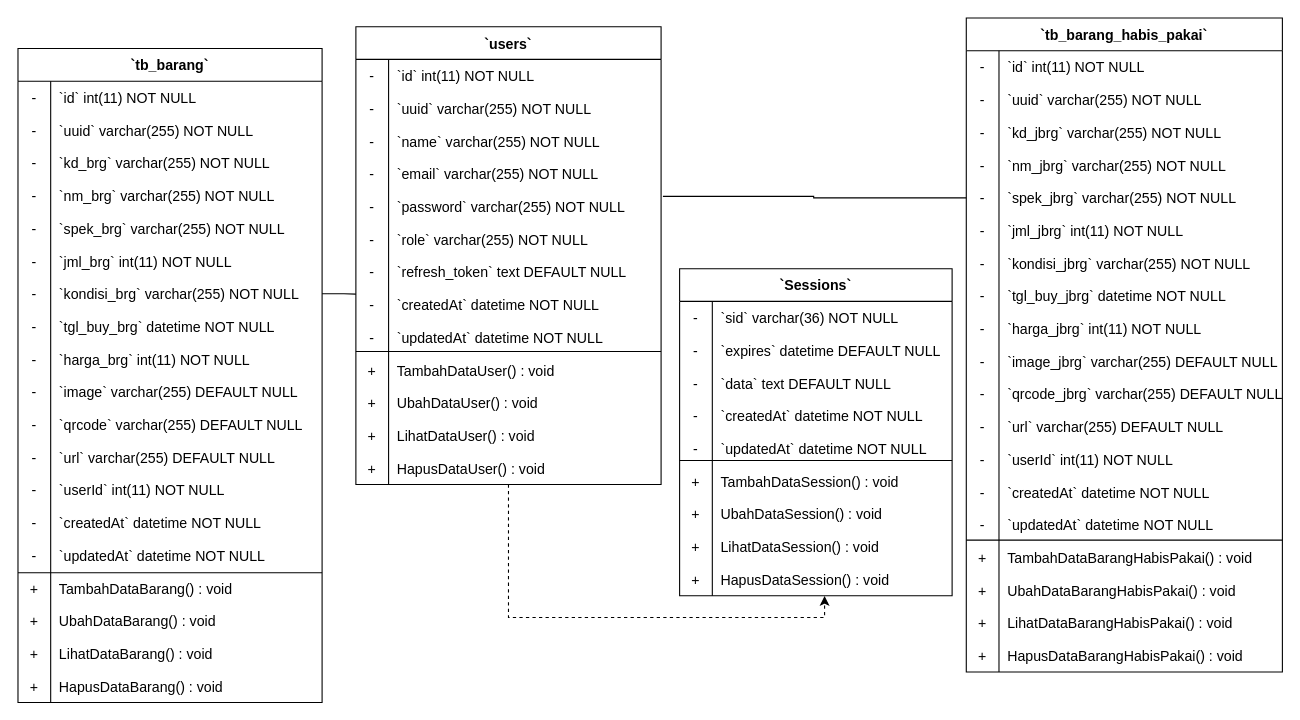
Earlier version of the draw.io diagram Class Diagram.drawio (wahyupambudi/skripsi-skom). Source tidied: cells renumbered, new cells numbered last; positions are measured from the earlier drawing's top-left corner, leaving out a move shared by most shapes. Both pictures are drawn from the tidied source at 109%, with x=0, y=0 at pixel (17, 17).
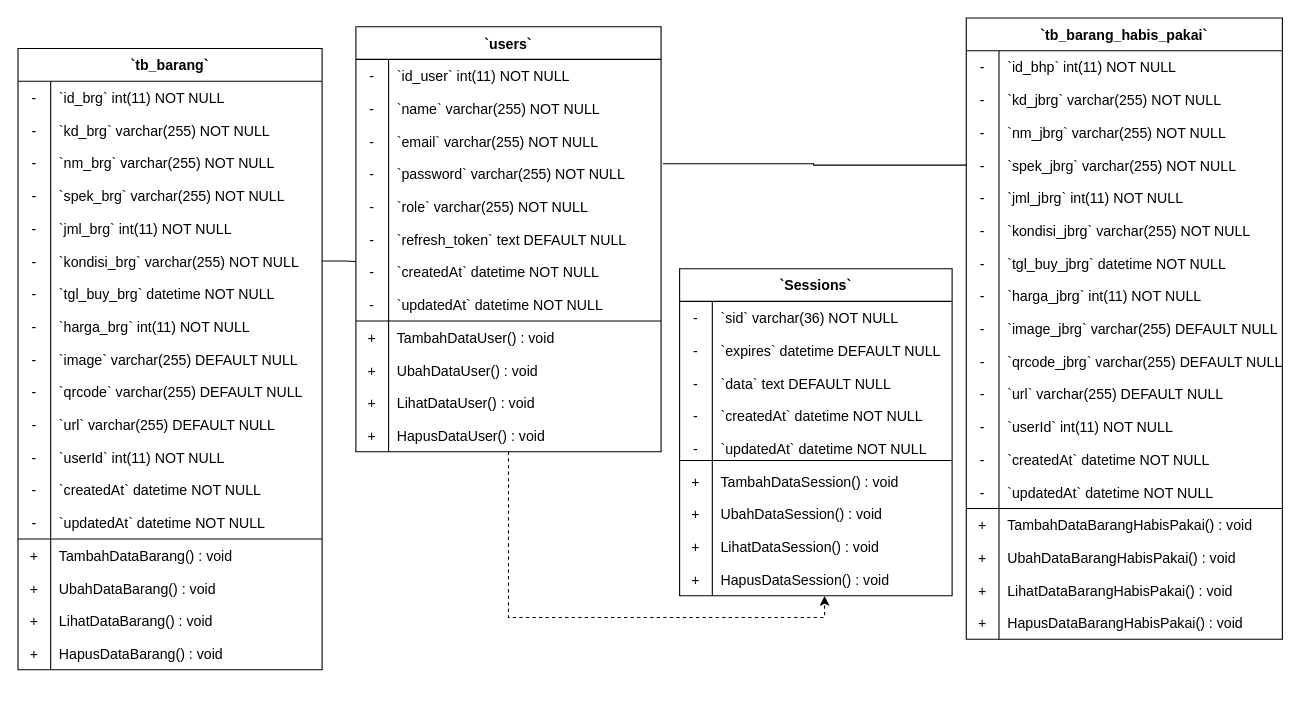
After the change.

The change refers to these unchanged cells:
```xml
<mxCell id="3" style="shape=tableRow;horizontal=0;startSize=0;swimlaneHead=0;swimlaneBody=0;fillColor=none;strokeColor=inherit;top=0;left=0;right=0;bottom=0;fontSize=13;" parent="2" vertex="1">
  <mxGeometry y="30" width="279" height="30" as="geometry" />
</mxCell>
<mxCell id="62" style="shape=tableRow;horizontal=0;startSize=0;swimlaneHead=0;swimlaneBody=0;fillColor=none;strokeColor=inherit;top=0;left=0;right=0;bottom=0;fontSize=13;" parent="61" vertex="1">
  <mxGeometry y="30" width="280" height="30" as="geometry" />
</mxCell>
<mxCell id="102" style="shape=tableRow;horizontal=0;startSize=0;swimlaneHead=0;swimlaneBody=0;fillColor=none;strokeColor=inherit;top=0;left=0;right=0;bottom=0;fontSize=13;" parent="101" vertex="1">
  <mxGeometry y="30" width="290" height="30" as="geometry" />
</mxCell>
```

The edit, as a diff of the source:
```diff
@@
     <mxCell id="2" value="`tb_barang`" style="shape=table;startSize=30;childLayout=tableLayout;rowLines=0;fontStyle=1;align=center;fontSize=13;" parent="1" vertex="1">
-      <mxGeometry y="28" width="279" height="600" as="geometry" />
+      <mxGeometry y="28" width="279" height="570" as="geometry" />
     </mxCell>
@@
-    <mxCell id="5" value="`id` int(11) NOT NULL" style="shape=partialRectangle;overflow=hidden;fillColor=none;align=left;strokeColor=inherit;top=0;left=0;bottom=0;right=0;spacingLeft=6;fontSize=13;" parent="3" vertex="1">
+    <mxCell id="5" value="`id_brg` int(11) NOT NULL" style="shape=partialRectangle;overflow=hidden;fillColor=none;align=left;strokeColor=inherit;top=0;left=0;bottom=0;right=0;spacingLeft=6;fontSize=13;" parent="3" vertex="1">
       <mxGeometry x="30" width="249" height="30" as="geometry" />
     </mxCell>
-    <mxCell id="6" style="shape=tableRow;horizontal=0;startSize=0;swimlaneHead=0;swimlaneBody=0;fillColor=none;strokeColor=inherit;top=0;left=0;right=0;bottom=0;fontSize=13;" parent="2" vertex="1">
-      <mxGeometry y="60" width="279" height="30" as="geometry" />
-    </mxCell>
-    <mxCell id="7" value="-" style="shape=partialRectangle;overflow=hidden;fillColor=none;strokeColor=inherit;top=0;left=0;bottom=0;right=0;fontSize=13;" parent="6" vertex="1">
-      <mxGeometry width="30" height="30" as="geometry" />
-    </mxCell>
-    <mxCell id="8" value="`uuid` varchar(255) NOT NULL" style="shape=partialRectangle;overflow=hidden;fillColor=none;align=left;strokeColor=inherit;top=0;left=0;bottom=0;right=0;spacingLeft=6;fontSize=13;" parent="6" vertex="1">
-      <mxGeometry x="30" width="249" height="30" as="geometry" />
-    </mxCell>
     <mxCell id="9" style="shape=tableRow;horizontal=0;startSize=0;swimlaneHead=0;swimlaneBody=0;fillColor=none;strokeColor=inherit;top=0;left=0;right=0;bottom=0;fontSize=13;" parent="2" vertex="1">
-      <mxGeometry y="90" width="279" height="30" as="geometry" />
+      <mxGeometry y="60" width="279" height="30" as="geometry" />
     </mxCell>
@@
     <mxCell id="12" style="shape=tableRow;horizontal=0;startSize=0;swimlaneHead=0;swimlaneBody=0;fillColor=none;strokeColor=inherit;top=0;left=0;right=0;bottom=0;fontSize=13;" parent="2" vertex="1">
-      <mxGeometry y="120" width="279" height="30" as="geometry" />
+      <mxGeometry y="90" width="279" height="30" as="geometry" />
     </mxCell>
@@
     <mxCell id="15" style="shape=tableRow;horizontal=0;startSize=0;swimlaneHead=0;swimlaneBody=0;fillColor=none;strokeColor=inherit;top=0;left=0;right=0;bottom=0;fontSize=13;" parent="2" vertex="1">
-      <mxGeometry y="150" width="279" height="30" as="geometry" />
+      <mxGeometry y="120" width="279" height="30" as="geometry" />
     </mxCell>
@@
     <mxCell id="18" style="shape=tableRow;horizontal=0;startSize=0;swimlaneHead=0;swimlaneBody=0;fillColor=none;strokeColor=inherit;top=0;left=0;right=0;bottom=0;fontSize=13;" parent="2" vertex="1">
-      <mxGeometry y="180" width="279" height="30" as="geometry" />
+      <mxGeometry y="150" width="279" height="30" as="geometry" />
     </mxCell>
@@
     <mxCell id="21" style="shape=tableRow;horizontal=0;startSize=0;swimlaneHead=0;swimlaneBody=0;fillColor=none;points=[[0,0.5],[1,0.5]];portConstraint=eastwest;strokeColor=inherit;top=0;left=0;right=0;bottom=0;fontSize=13;" parent="2" vertex="1">
-      <mxGeometry y="210" width="279" height="30" as="geometry" />
+      <mxGeometry y="180" width="279" height="30" as="geometry" />
     </mxCell>
@@
     <mxCell id="24" style="shape=tableRow;horizontal=0;startSize=0;swimlaneHead=0;swimlaneBody=0;fillColor=none;strokeColor=inherit;top=0;left=0;right=0;bottom=0;fontSize=13;" parent="2" vertex="1">
-      <mxGeometry y="240" width="279" height="30" as="geometry" />
+      <mxGeometry y="210" width="279" height="30" as="geometry" />
     </mxCell>
@@
     <mxCell id="27" style="shape=tableRow;horizontal=0;startSize=0;swimlaneHead=0;swimlaneBody=0;fillColor=none;strokeColor=inherit;top=0;left=0;right=0;bottom=0;fontSize=13;" parent="2" vertex="1">
-      <mxGeometry y="270" width="279" height="30" as="geometry" />
+      <mxGeometry y="240" width="279" height="30" as="geometry" />
     </mxCell>
@@
     <mxCell id="30" style="shape=tableRow;horizontal=0;startSize=0;swimlaneHead=0;swimlaneBody=0;fillColor=none;strokeColor=inherit;top=0;left=0;right=0;bottom=0;fontSize=13;" parent="2" vertex="1">
-      <mxGeometry y="300" width="279" height="30" as="geometry" />
+      <mxGeometry y="270" width="279" height="30" as="geometry" />
     </mxCell>
@@
     <mxCell id="33" style="shape=tableRow;horizontal=0;startSize=0;swimlaneHead=0;swimlaneBody=0;fillColor=none;strokeColor=inherit;top=0;left=0;right=0;bottom=0;fontSize=13;" parent="2" vertex="1">
-      <mxGeometry y="330" width="279" height="30" as="geometry" />
+      <mxGeometry y="300" width="279" height="30" as="geometry" />
     </mxCell>
@@
     <mxCell id="36" style="shape=tableRow;horizontal=0;startSize=0;swimlaneHead=0;swimlaneBody=0;fillColor=none;strokeColor=inherit;top=0;left=0;right=0;bottom=0;fontSize=13;" parent="2" vertex="1">
-      <mxGeometry y="360" width="279" height="30" as="geometry" />
+      <mxGeometry y="330" width="279" height="30" as="geometry" />
     </mxCell>
@@
     <mxCell id="39" style="shape=tableRow;horizontal=0;startSize=0;swimlaneHead=0;swimlaneBody=0;fillColor=none;strokeColor=inherit;top=0;left=0;right=0;bottom=0;fontSize=13;" parent="2" vertex="1">
-      <mxGeometry y="390" width="279" height="30" as="geometry" />
+      <mxGeometry y="360" width="279" height="30" as="geometry" />
     </mxCell>
@@
     <mxCell id="42" style="shape=tableRow;horizontal=0;startSize=0;swimlaneHead=0;swimlaneBody=0;fillColor=none;strokeColor=inherit;top=0;left=0;right=0;bottom=0;fontSize=13;" parent="2" vertex="1">
-      <mxGeometry y="420" width="279" height="30" as="geometry" />
+      <mxGeometry y="390" width="279" height="30" as="geometry" />
     </mxCell>
@@
     <mxCell id="45" style="shape=tableRow;horizontal=0;startSize=0;swimlaneHead=0;swimlaneBody=0;fillColor=none;strokeColor=inherit;top=0;left=0;right=0;bottom=0;fontSize=13;" parent="2" vertex="1">
-      <mxGeometry y="450" width="279" height="30" as="geometry" />
+      <mxGeometry y="420" width="279" height="30" as="geometry" />
     </mxCell>
@@
     <mxCell id="48" style="shape=tableRow;horizontal=0;startSize=0;swimlaneHead=0;swimlaneBody=0;fillColor=none;strokeColor=inherit;top=0;left=0;right=0;bottom=0;fontSize=13;" parent="2" vertex="1">
-      <mxGeometry y="480" width="279" height="30" as="geometry" />
+      <mxGeometry y="450" width="279" height="30" as="geometry" />
     </mxCell>
@@
     <mxCell id="51" style="shape=tableRow;horizontal=0;startSize=0;swimlaneHead=0;swimlaneBody=0;fillColor=none;strokeColor=inherit;top=0;left=0;right=0;bottom=0;fontSize=13;" parent="2" vertex="1">
-      <mxGeometry y="510" width="279" height="30" as="geometry" />
+      <mxGeometry y="480" width="279" height="30" as="geometry" />
     </mxCell>
@@
     <mxCell id="54" style="shape=tableRow;horizontal=0;startSize=0;swimlaneHead=0;swimlaneBody=0;fillColor=none;strokeColor=inherit;top=0;left=0;right=0;bottom=0;fontSize=13;" parent="2" vertex="1">
-      <mxGeometry y="540" width="279" height="30" as="geometry" />
+      <mxGeometry y="510" width="279" height="30" as="geometry" />
     </mxCell>
@@
     <mxCell id="57" style="shape=tableRow;horizontal=0;startSize=0;swimlaneHead=0;swimlaneBody=0;fillColor=none;strokeColor=inherit;top=0;left=0;right=0;bottom=0;fontSize=13;" parent="2" vertex="1">
-      <mxGeometry y="570" width="279" height="30" as="geometry" />
+      <mxGeometry y="540" width="279" height="30" as="geometry" />
     </mxCell>
@@
     <mxCell id="61" value="`users`" style="shape=table;startSize=30;childLayout=tableLayout;rowLines=0;fontStyle=1;align=center;fontSize=13;" parent="1" vertex="1">
-      <mxGeometry x="310" y="8" width="280" height="420" as="geometry" />
+      <mxGeometry x="310" y="8" width="280" height="390" as="geometry" />
     </mxCell>
@@
-    <mxCell id="64" value="`id` int(11) NOT NULL" style="shape=partialRectangle;overflow=hidden;fillColor=none;align=left;strokeColor=inherit;top=0;left=0;bottom=0;right=0;spacingLeft=6;fontSize=13;" parent="62" vertex="1">
+    <mxCell id="64" value="`id_user` int(11) NOT NULL" style="shape=partialRectangle;overflow=hidden;fillColor=none;align=left;strokeColor=inherit;top=0;left=0;bottom=0;right=0;spacingLeft=6;fontSize=13;" parent="62" vertex="1">
       <mxGeometry x="30" width="250" height="30" as="geometry" />
     </mxCell>
-    <mxCell id="65" style="shape=tableRow;horizontal=0;startSize=0;swimlaneHead=0;swimlaneBody=0;fillColor=none;strokeColor=inherit;top=0;left=0;right=0;bottom=0;fontSize=13;" parent="61" vertex="1">
-      <mxGeometry y="60" width="280" height="30" as="geometry" />
-    </mxCell>
-    <mxCell id="66" value="-" style="shape=partialRectangle;overflow=hidden;fillColor=none;strokeColor=inherit;top=0;left=0;bottom=0;right=0;fontSize=13;" parent="65" vertex="1">
-      <mxGeometry width="30" height="30" as="geometry" />
-    </mxCell>
-    <mxCell id="67" value="`uuid` varchar(255) NOT NULL" style="shape=partialRectangle;overflow=hidden;fillColor=none;align=left;strokeColor=inherit;top=0;left=0;bottom=0;right=0;spacingLeft=6;fontSize=13;" parent="65" vertex="1">
-      <mxGeometry x="30" width="250" height="30" as="geometry" />
-    </mxCell>
     <mxCell id="68" style="shape=tableRow;horizontal=0;startSize=0;swimlaneHead=0;swimlaneBody=0;fillColor=none;strokeColor=inherit;top=0;left=0;right=0;bottom=0;fontSize=13;" parent="61" vertex="1">
-      <mxGeometry y="90" width="280" height="30" as="geometry" />
+      <mxGeometry y="60" width="280" height="30" as="geometry" />
     </mxCell>
@@
     <mxCell id="71" style="shape=tableRow;horizontal=0;startSize=0;swimlaneHead=0;swimlaneBody=0;fillColor=none;strokeColor=inherit;top=0;left=0;right=0;bottom=0;fontSize=13;" parent="61" vertex="1">
-      <mxGeometry y="120" width="280" height="30" as="geometry" />
+      <mxGeometry y="90" width="280" height="30" as="geometry" />
     </mxCell>
@@
     <mxCell id="74" style="shape=tableRow;horizontal=0;startSize=0;swimlaneHead=0;swimlaneBody=0;fillColor=none;points=[[0,0.5],[1,0.5]];portConstraint=eastwest;strokeColor=inherit;top=0;left=0;right=0;bottom=0;fontSize=13;" parent="61" vertex="1">
-      <mxGeometry y="150" width="280" height="30" as="geometry" />
+      <mxGeometry y="120" width="280" height="30" as="geometry" />
     </mxCell>
@@
     <mxCell id="77" style="shape=tableRow;horizontal=0;startSize=0;swimlaneHead=0;swimlaneBody=0;fillColor=none;strokeColor=inherit;top=0;left=0;right=0;bottom=0;fontSize=13;" parent="61" vertex="1">
-      <mxGeometry y="180" width="280" height="30" as="geometry" />
+      <mxGeometry y="150" width="280" height="30" as="geometry" />
     </mxCell>
@@
     <mxCell id="80" style="shape=tableRow;horizontal=0;startSize=0;swimlaneHead=0;swimlaneBody=0;fillColor=none;strokeColor=inherit;top=0;left=0;right=0;bottom=0;fontSize=13;" parent="61" vertex="1">
-      <mxGeometry y="210" width="280" height="30" as="geometry" />
+      <mxGeometry y="180" width="280" height="30" as="geometry" />
     </mxCell>
@@
     <mxCell id="83" style="shape=tableRow;horizontal=0;startSize=0;swimlaneHead=0;swimlaneBody=0;fillColor=none;points=[[0,0.5],[1,0.5]];portConstraint=eastwest;strokeColor=inherit;top=0;left=0;right=0;bottom=0;fontSize=13;" parent="61" vertex="1">
-      <mxGeometry y="240" width="280" height="30" as="geometry" />
+      <mxGeometry y="210" width="280" height="30" as="geometry" />
     </mxCell>
@@
     <mxCell id="86" style="shape=tableRow;horizontal=0;startSize=0;swimlaneHead=0;swimlaneBody=0;fillColor=none;strokeColor=inherit;top=0;left=0;right=0;bottom=0;fontSize=13;" parent="61" vertex="1">
-      <mxGeometry y="270" width="280" height="30" as="geometry" />
+      <mxGeometry y="240" width="280" height="30" as="geometry" />
     </mxCell>
@@
     <mxCell id="89" style="shape=tableRow;horizontal=0;startSize=0;swimlaneHead=0;swimlaneBody=0;fillColor=none;strokeColor=inherit;top=0;left=0;right=0;bottom=0;fontSize=13;" parent="61" vertex="1">
-      <mxGeometry y="300" width="280" height="30" as="geometry" />
+      <mxGeometry y="270" width="280" height="30" as="geometry" />
     </mxCell>
@@
     <mxCell id="92" style="shape=tableRow;horizontal=0;startSize=0;swimlaneHead=0;swimlaneBody=0;fillColor=none;strokeColor=inherit;top=0;left=0;right=0;bottom=0;fontSize=13;" parent="61" vertex="1">
-      <mxGeometry y="330" width="280" height="30" as="geometry" />
+      <mxGeometry y="300" width="280" height="30" as="geometry" />
     </mxCell>
@@
     <mxCell id="95" style="shape=tableRow;horizontal=0;startSize=0;swimlaneHead=0;swimlaneBody=0;fillColor=none;strokeColor=inherit;top=0;left=0;right=0;bottom=0;fontSize=13;" parent="61" vertex="1">
-      <mxGeometry y="360" width="280" height="30" as="geometry" />
+      <mxGeometry y="330" width="280" height="30" as="geometry" />
     </mxCell>
@@
     <mxCell id="98" style="shape=tableRow;horizontal=0;startSize=0;swimlaneHead=0;swimlaneBody=0;fillColor=none;strokeColor=inherit;top=0;left=0;right=0;bottom=0;fontSize=13;" parent="61" vertex="1">
-      <mxGeometry y="390" width="280" height="30" as="geometry" />
+      <mxGeometry y="360" width="280" height="30" as="geometry" />
     </mxCell>
@@
     <mxCell id="101" value="`tb_barang_habis_pakai`" style="shape=table;startSize=30;childLayout=tableLayout;rowLines=0;fontStyle=1;align=center;fontSize=13;" parent="1" vertex="1">
-      <mxGeometry x="870" width="290" height="600" as="geometry" />
+      <mxGeometry x="870" width="290" height="570" as="geometry" />
     </mxCell>
@@
-    <mxCell id="104" value="`id` int(11) NOT NULL" style="shape=partialRectangle;overflow=hidden;fillColor=none;align=left;strokeColor=inherit;top=0;left=0;bottom=0;right=0;spacingLeft=6;fontSize=13;" parent="102" vertex="1">
+    <mxCell id="104" value="`id_bhp` int(11) NOT NULL" style="shape=partialRectangle;overflow=hidden;fillColor=none;align=left;strokeColor=inherit;top=0;left=0;bottom=0;right=0;spacingLeft=6;fontSize=13;" parent="102" vertex="1">
       <mxGeometry x="30" width="260" height="30" as="geometry" />
     </mxCell>
-    <mxCell id="105" style="shape=tableRow;horizontal=0;startSize=0;swimlaneHead=0;swimlaneBody=0;fillColor=none;strokeColor=inherit;top=0;left=0;right=0;bottom=0;fontSize=13;" parent="101" vertex="1">
-      <mxGeometry y="60" width="290" height="30" as="geometry" />
-    </mxCell>
-    <mxCell id="106" value="-" style="shape=partialRectangle;overflow=hidden;fillColor=none;strokeColor=inherit;top=0;left=0;bottom=0;right=0;fontSize=13;" parent="105" vertex="1">
-      <mxGeometry width="30" height="30" as="geometry" />
-    </mxCell>
-    <mxCell id="107" value="`uuid` varchar(255) NOT NULL" style="shape=partialRectangle;overflow=hidden;fillColor=none;align=left;strokeColor=inherit;top=0;left=0;bottom=0;right=0;spacingLeft=6;fontSize=13;" parent="105" vertex="1">
-      <mxGeometry x="30" width="260" height="30" as="geometry" />
-    </mxCell>
     <mxCell id="108" style="shape=tableRow;horizontal=0;startSize=0;swimlaneHead=0;swimlaneBody=0;fillColor=none;strokeColor=inherit;top=0;left=0;right=0;bottom=0;fontSize=13;" parent="101" vertex="1">
-      <mxGeometry y="90" width="290" height="30" as="geometry" />
+      <mxGeometry y="60" width="290" height="30" as="geometry" />
     </mxCell>
@@
     <mxCell id="111" style="shape=tableRow;horizontal=0;startSize=0;swimlaneHead=0;swimlaneBody=0;fillColor=none;strokeColor=inherit;top=0;left=0;right=0;bottom=0;fontSize=13;" parent="101" vertex="1">
-      <mxGeometry y="120" width="290" height="30" as="geometry" />
+      <mxGeometry y="90" width="290" height="30" as="geometry" />
     </mxCell>
@@
     <mxCell id="114" style="shape=tableRow;horizontal=0;startSize=0;swimlaneHead=0;swimlaneBody=0;fillColor=none;points=[[0,0.5],[1,0.5]];portConstraint=eastwest;strokeColor=inherit;top=0;left=0;right=0;bottom=0;fontSize=13;" parent="101" vertex="1">
-      <mxGeometry y="150" width="290" height="30" as="geometry" />
+      <mxGeometry y="120" width="290" height="30" as="geometry" />
     </mxCell>
@@
     <mxCell id="117" style="shape=tableRow;horizontal=0;startSize=0;swimlaneHead=0;swimlaneBody=0;fillColor=none;strokeColor=inherit;top=0;left=0;right=0;bottom=0;fontSize=13;" parent="101" vertex="1">
-      <mxGeometry y="180" width="290" height="30" as="geometry" />
+      <mxGeometry y="150" width="290" height="30" as="geometry" />
     </mxCell>
@@
     <mxCell id="120" style="shape=tableRow;horizontal=0;startSize=0;swimlaneHead=0;swimlaneBody=0;fillColor=none;strokeColor=inherit;top=0;left=0;right=0;bottom=0;fontSize=13;" parent="101" vertex="1">
-      <mxGeometry y="210" width="290" height="30" as="geometry" />
+      <mxGeometry y="180" width="290" height="30" as="geometry" />
     </mxCell>
@@
     <mxCell id="123" style="shape=tableRow;horizontal=0;startSize=0;swimlaneHead=0;swimlaneBody=0;fillColor=none;strokeColor=inherit;top=0;left=0;right=0;bottom=0;fontSize=13;" parent="101" vertex="1">
-      <mxGeometry y="240" width="290" height="30" as="geometry" />
+      <mxGeometry y="210" width="290" height="30" as="geometry" />
     </mxCell>
@@
     <mxCell id="126" style="shape=tableRow;horizontal=0;startSize=0;swimlaneHead=0;swimlaneBody=0;fillColor=none;strokeColor=inherit;top=0;left=0;right=0;bottom=0;fontSize=13;" parent="101" vertex="1">
-      <mxGeometry y="270" width="290" height="30" as="geometry" />
+      <mxGeometry y="240" width="290" height="30" as="geometry" />
     </mxCell>
@@
     <mxCell id="129" style="shape=tableRow;horizontal=0;startSize=0;swimlaneHead=0;swimlaneBody=0;fillColor=none;strokeColor=inherit;top=0;left=0;right=0;bottom=0;fontSize=13;" parent="101" vertex="1">
-      <mxGeometry y="300" width="290" height="30" as="geometry" />
+      <mxGeometry y="270" width="290" height="30" as="geometry" />
     </mxCell>
@@
     <mxCell id="132" style="shape=tableRow;horizontal=0;startSize=0;swimlaneHead=0;swimlaneBody=0;fillColor=none;strokeColor=inherit;top=0;left=0;right=0;bottom=0;fontSize=13;" parent="101" vertex="1">
-      <mxGeometry y="330" width="290" height="30" as="geometry" />
+      <mxGeometry y="300" width="290" height="30" as="geometry" />
     </mxCell>
@@
     <mxCell id="135" style="shape=tableRow;horizontal=0;startSize=0;swimlaneHead=0;swimlaneBody=0;fillColor=none;strokeColor=inherit;top=0;left=0;right=0;bottom=0;fontSize=13;" parent="101" vertex="1">
-      <mxGeometry y="360" width="290" height="30" as="geometry" />
+      <mxGeometry y="330" width="290" height="30" as="geometry" />
     </mxCell>
@@
     <mxCell id="138" style="shape=tableRow;horizontal=0;startSize=0;swimlaneHead=0;swimlaneBody=0;fillColor=none;strokeColor=inherit;top=0;left=0;right=0;bottom=0;fontSize=13;" parent="101" vertex="1">
-      <mxGeometry y="390" width="290" height="30" as="geometry" />
+      <mxGeometry y="360" width="290" height="30" as="geometry" />
     </mxCell>
@@
     <mxCell id="141" style="shape=tableRow;horizontal=0;startSize=0;swimlaneHead=0;swimlaneBody=0;fillColor=none;strokeColor=inherit;top=0;left=0;right=0;bottom=0;fontSize=13;" parent="101" vertex="1">
-      <mxGeometry y="420" width="290" height="30" as="geometry" />
+      <mxGeometry y="390" width="290" height="30" as="geometry" />
     </mxCell>
@@
     <mxCell id="144" style="shape=tableRow;horizontal=0;startSize=0;swimlaneHead=0;swimlaneBody=0;fillColor=none;strokeColor=inherit;top=0;left=0;right=0;bottom=0;fontSize=13;" parent="101" vertex="1">
-      <mxGeometry y="450" width="290" height="30" as="geometry" />
+      <mxGeometry y="420" width="290" height="30" as="geometry" />
     </mxCell>
@@
     <mxCell id="147" style="shape=tableRow;horizontal=0;startSize=0;swimlaneHead=0;swimlaneBody=0;fillColor=none;strokeColor=inherit;top=0;left=0;right=0;bottom=0;fontSize=13;" parent="101" vertex="1">
-      <mxGeometry y="480" width="290" height="30" as="geometry" />
+      <mxGeometry y="450" width="290" height="30" as="geometry" />
     </mxCell>
@@
     <mxCell id="150" style="shape=tableRow;horizontal=0;startSize=0;swimlaneHead=0;swimlaneBody=0;fillColor=none;strokeColor=inherit;top=0;left=0;right=0;bottom=0;fontSize=13;" parent="101" vertex="1">
-      <mxGeometry y="510" width="290" height="30" as="geometry" />
+      <mxGeometry y="480" width="290" height="30" as="geometry" />
     </mxCell>
@@
     <mxCell id="153" style="shape=tableRow;horizontal=0;startSize=0;swimlaneHead=0;swimlaneBody=0;fillColor=none;strokeColor=inherit;top=0;left=0;right=0;bottom=0;fontSize=13;" parent="101" vertex="1">
-      <mxGeometry y="540" width="290" height="30" as="geometry" />
+      <mxGeometry y="510" width="290" height="30" as="geometry" />
     </mxCell>
@@
     <mxCell id="156" style="shape=tableRow;horizontal=0;startSize=0;swimlaneHead=0;swimlaneBody=0;fillColor=none;strokeColor=inherit;top=0;left=0;right=0;bottom=0;fontSize=13;" parent="101" vertex="1">
-      <mxGeometry y="570" width="290" height="30" as="geometry" />
+      <mxGeometry y="540" width="290" height="30" as="geometry" />
     </mxCell>
@@
     <mxCell id="159" style="line;strokeWidth=1;fillColor=none;align=left;verticalAlign=middle;spacingTop=-1;spacingLeft=3;spacingRight=3;labelPosition=right;strokeColor=inherit;fontSize=13;" parent="1" vertex="1">
-      <mxGeometry x="870" y="475" width="290" height="8" as="geometry" />
+      <mxGeometry x="870" y="446" width="290" height="8" as="geometry" />
     </mxCell>
     <mxCell id="160" style="line;strokeWidth=1;fillColor=none;align=left;verticalAlign=middle;spacingTop=-1;spacingLeft=3;spacingRight=3;labelPosition=right;strokeColor=inherit;fontSize=13;" parent="1" vertex="1">
-      <mxGeometry y="505" width="279" height="8" as="geometry" />
+      <mxGeometry y="474" width="279" height="8" as="geometry" />
     </mxCell>
     <mxCell id="161" style="line;strokeWidth=1;fillColor=none;align=left;verticalAlign=middle;spacingTop=-1;spacingLeft=3;spacingRight=3;labelPosition=right;strokeColor=inherit;fontSize=13;" parent="1" vertex="1">
-      <mxGeometry x="310" y="302" width="280" height="8" as="geometry" />
+      <mxGeometry x="310" y="274" width="280" height="8" as="geometry" />
     </mxCell>
```
